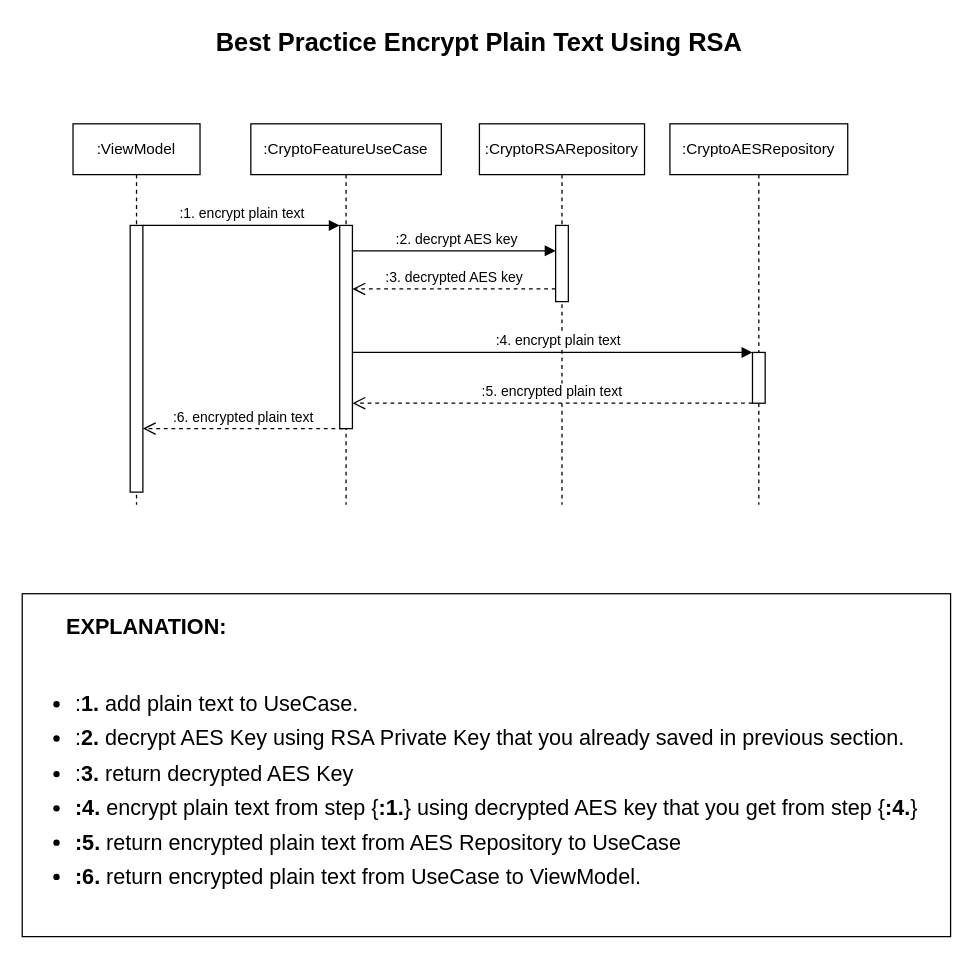
Earlier version of the draw.io diagram Best Practice Crypto RSA Kotlin.drawio (fadlurahmanfdev/draw_io). Source tidied: cells renumbered, new cells numbered last; positions are measured from the earlier drawing's top-left corner, leaving out a move shared by most shapes. Both pictures are drawn from the tidied source at 127%, with x=0, y=0 at pixel (22, 22).
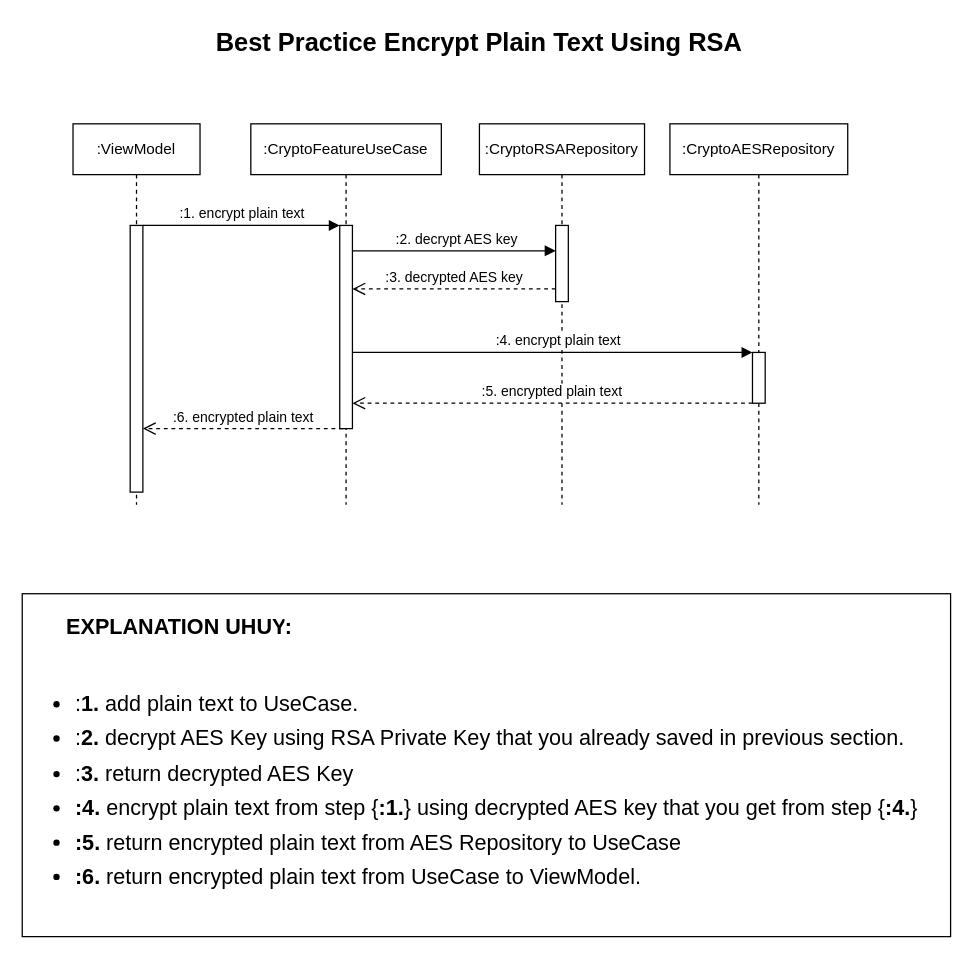
After the change.

Diff of the diagram source:
```diff
@@
-    <mxCell id="17" value="&lt;font style=&quot;font-size: 17px;&quot;&gt;&lt;b style=&quot;&quot;&gt;&amp;nbsp; &amp;nbsp; &amp;nbsp; &amp;nbsp;EXPLANATION&lt;span style=&quot;background-color: rgb(255, 255, 255);&quot;&gt;:&lt;/span&gt;&lt;br&gt;&lt;/b&gt;&lt;br&gt;&lt;ul style=&quot;background-color: rgb(255, 255, 255); line-height: 160%;&quot;&gt;&lt;li style=&quot;&quot;&gt;:&lt;b&gt;1.&lt;/b&gt; add plain text to UseCase.&lt;/li&gt;&lt;li style=&quot;border-color: var(--border-color);&quot;&gt;:&lt;b style=&quot;border-color: var(--border-color);&quot;&gt;2.&lt;/b&gt;&amp;nbsp;decrypt AES Key using RSA Private Key that you already saved in previous section.&lt;/li&gt;&lt;li style=&quot;&quot;&gt;:&lt;b&gt;3.&lt;/b&gt; return decrypted AES Key&lt;/li&gt;&lt;li style=&quot;&quot;&gt;&lt;b&gt;:4.&lt;/b&gt; encrypt plain text from step {&lt;b&gt;:1.&lt;/b&gt;} using decrypted AES key that you get from step {&lt;b&gt;:4.&lt;/b&gt;}&lt;/li&gt;&lt;li style=&quot;&quot;&gt;&lt;b&gt;:5. &lt;/b&gt;return encrypted plain text from AES Repository to UseCase&lt;/li&gt;&lt;li style=&quot;&quot;&gt;&lt;b style=&quot;&quot;&gt;:6. &lt;/b&gt;return encrypted plain text from UseCase to ViewModel.&lt;/li&gt;&lt;/ul&gt;&lt;/font&gt;" style="text;html=1;align=left;verticalAlign=middle;whiteSpace=wrap;rounded=0;fillColor=#ffffff;strokeColor=default;" parent="1" vertex="1">
+    <mxCell id="17" value="&lt;font style=&quot;font-size: 17px;&quot;&gt;&lt;b style=&quot;&quot;&gt;&amp;nbsp; &amp;nbsp; &amp;nbsp; &amp;nbsp;EXPLANATION UHUY&lt;span style=&quot;background-color: rgb(255, 255, 255);&quot;&gt;:&lt;/span&gt;&lt;br&gt;&lt;/b&gt;&lt;br&gt;&lt;ul style=&quot;background-color: rgb(255, 255, 255); line-height: 160%;&quot;&gt;&lt;li style=&quot;&quot;&gt;:&lt;b&gt;1.&lt;/b&gt; add plain text to UseCase.&lt;/li&gt;&lt;li style=&quot;border-color: var(--border-color);&quot;&gt;:&lt;b style=&quot;border-color: var(--border-color);&quot;&gt;2.&lt;/b&gt;&amp;nbsp;decrypt AES Key using RSA Private Key that you already saved in previous section.&lt;/li&gt;&lt;li style=&quot;&quot;&gt;:&lt;b&gt;3.&lt;/b&gt; return decrypted AES Key&lt;/li&gt;&lt;li style=&quot;&quot;&gt;&lt;b&gt;:4.&lt;/b&gt; encrypt plain text from step {&lt;b&gt;:1.&lt;/b&gt;} using decrypted AES key that you get from step {&lt;b&gt;:4.&lt;/b&gt;}&lt;/li&gt;&lt;li style=&quot;&quot;&gt;&lt;b&gt;:5. &lt;/b&gt;return encrypted plain text from AES Repository to UseCase&lt;/li&gt;&lt;li style=&quot;&quot;&gt;&lt;b style=&quot;&quot;&gt;:6. &lt;/b&gt;return encrypted plain text from UseCase to ViewModel.&lt;/li&gt;&lt;/ul&gt;&lt;/font&gt;" style="text;html=1;align=left;verticalAlign=middle;whiteSpace=wrap;rounded=0;fillColor=#ffffff;strokeColor=default;" parent="1" vertex="1">
       <mxGeometry y="450" width="731" height="270" as="geometry" />
     </mxCell>
```
